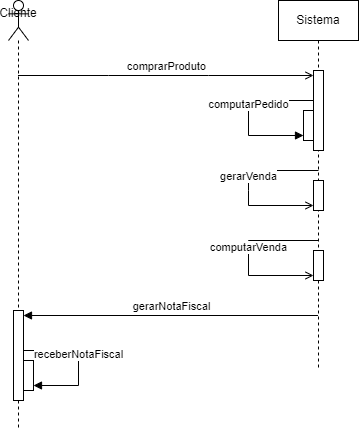
Earlier version of the draw.io export Diagrama de sequência venda.drawio.png (Zaibam/Desenvolvimento-De-Sistemas-1). Source tidied: cells renumbered, new cells last; positions are measured from the earlier drawing's top-left corner, leaving out a move shared by most shapes.
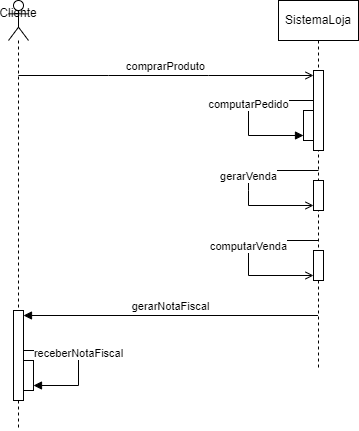
Later version of the same file.

Diff of the diagram source:
```diff
@@ -8,7 +8,7 @@
     <mxCell id="3" style="html=1;points=[[0,0,0,0,5],[0,1,0,0,-5],[1,0,0,0,5],[1,1,0,0,-5]];perimeter=orthogonalPerimeter;outlineConnect=0;targetShapes=umlLifeline;portConstraint=eastwest;newEdgeStyle={&quot;curved&quot;:0,&quot;rounded&quot;:0};" parent="2" vertex="1">
       <mxGeometry x="5" y="310" width="10" height="90" as="geometry" />
     </mxCell>
-    <mxCell id="4" value="Sistema" style="shape=umlLifeline;perimeter=lifelinePerimeter;whiteSpace=wrap;html=1;outlineConnect=0;portConstraint=eastwest;newEdgeStyle={&quot;curved&quot;:0,&quot;rounded&quot;:0};" parent="1" vertex="1">
+    <mxCell id="4" value="SistemaLoja" style="shape=umlLifeline;perimeter=lifelinePerimeter;whiteSpace=wrap;html=1;outlineConnect=0;portConstraint=eastwest;newEdgeStyle={&quot;curved&quot;:0,&quot;rounded&quot;:0};" parent="1" vertex="1">
       <mxGeometry x="270" width="80" height="370" as="geometry" />
     </mxCell>
     <mxCell id="5" style="html=1;points=[[0,0,0,0,5],[0,1,0,0,-5],[1,0,0,0,5],[1,1,0,0,-5]];perimeter=orthogonalPerimeter;outlineConnect=0;targetShapes=umlLifeline;portConstraint=eastwest;newEdgeStyle={&quot;curved&quot;:0,&quot;rounded&quot;:0};" parent="4" vertex="1">
```
